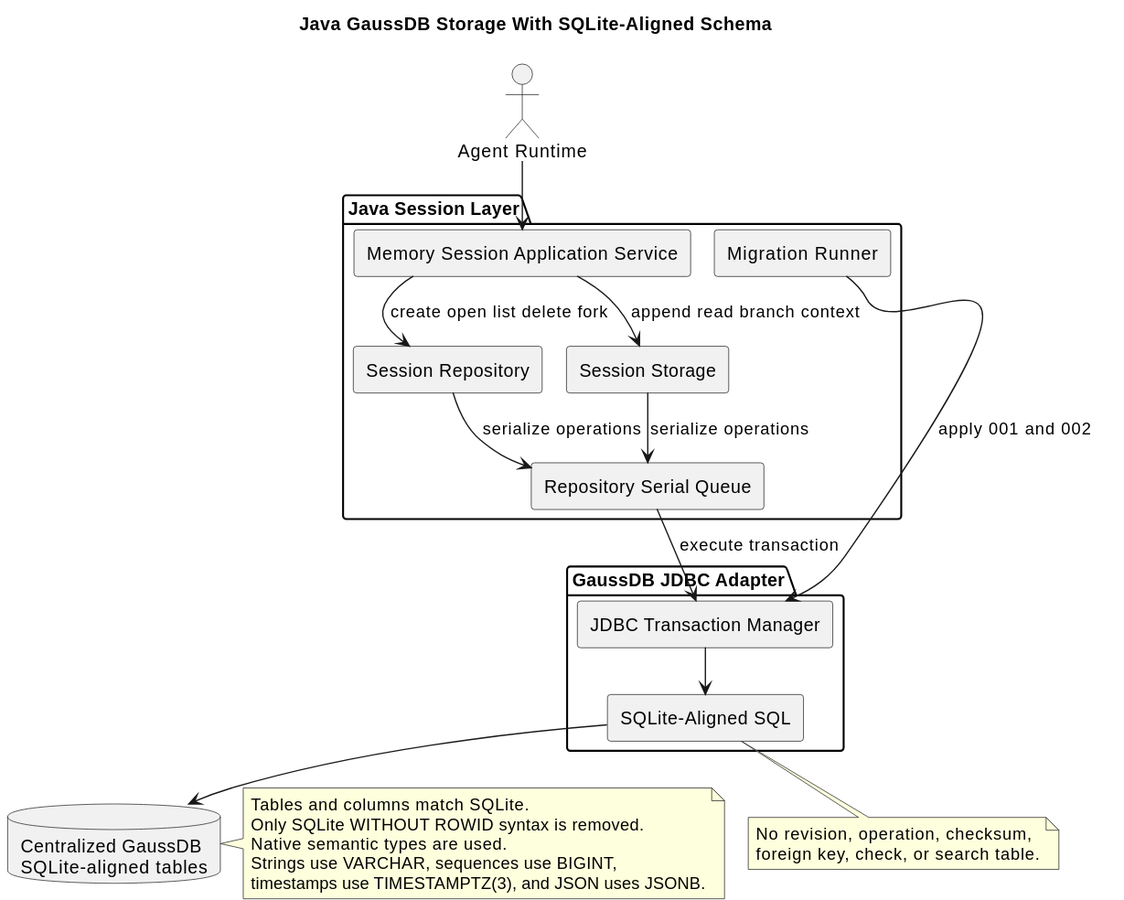
The PlantUML diagram diagrams/memory/memory-architecture.svg in superheromeZzh/pi-mono-java-design, before a commit.
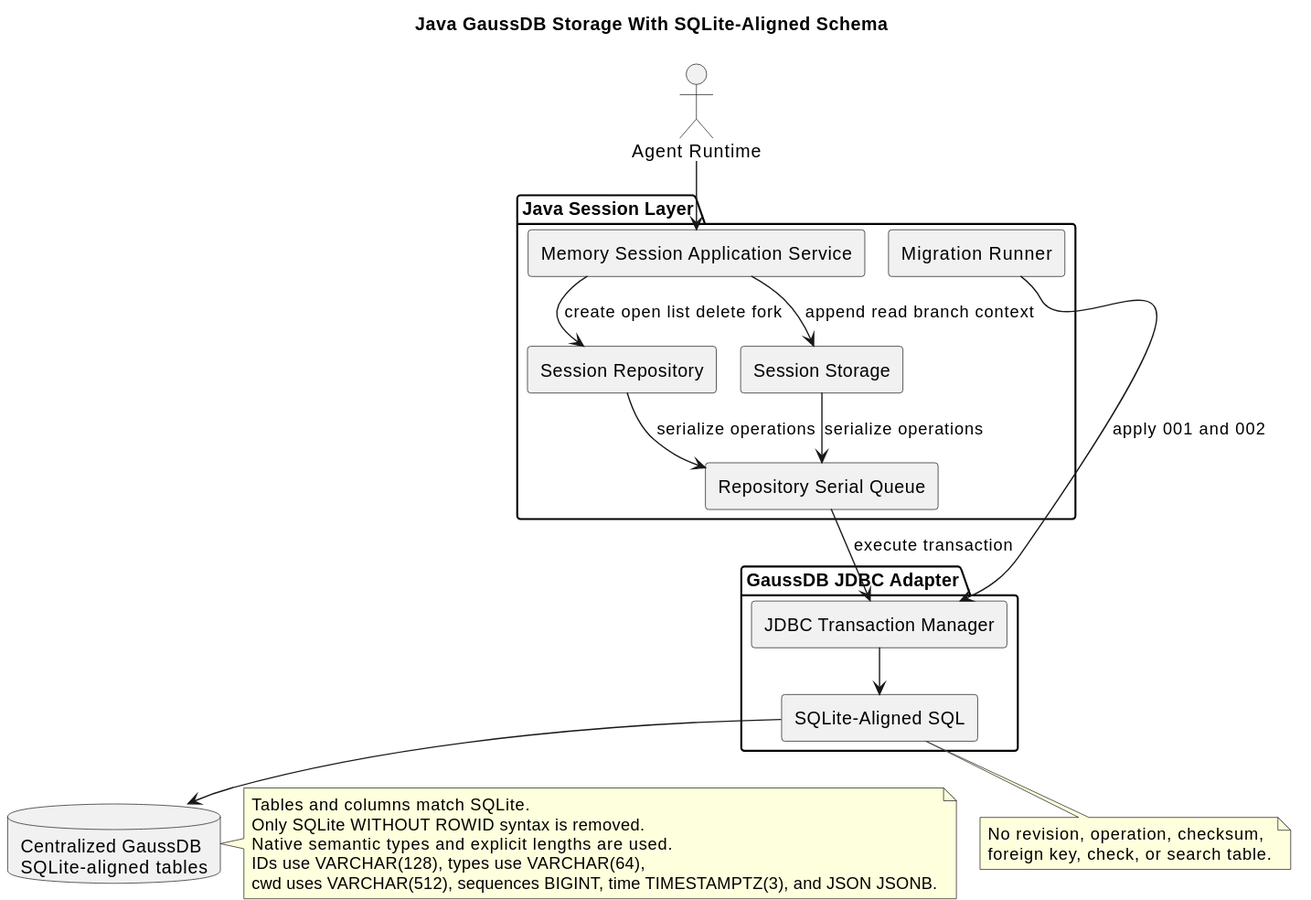
The same diagram one commit later.

Commit message:
docs(memory): define explicit GaussDB varchar lengths

Diff of the diagram source:
```diff
@@ -35,9 +35,9 @@
 note right of db
 Tables and columns match SQLite.
 Only SQLite WITHOUT ROWID syntax is removed.
-Native semantic types are used.
-Strings use VARCHAR, sequences use BIGINT,
-timestamps use TIMESTAMPTZ(3), and JSON uses JSONB.
+Native semantic types and explicit lengths are used.
+IDs use VARCHAR(128), types use VARCHAR(64),
+cwd uses VARCHAR(512), sequences BIGINT, time TIMESTAMPTZ(3), and JSON JSONB.
 end note
 
 note bottom of sql
```
